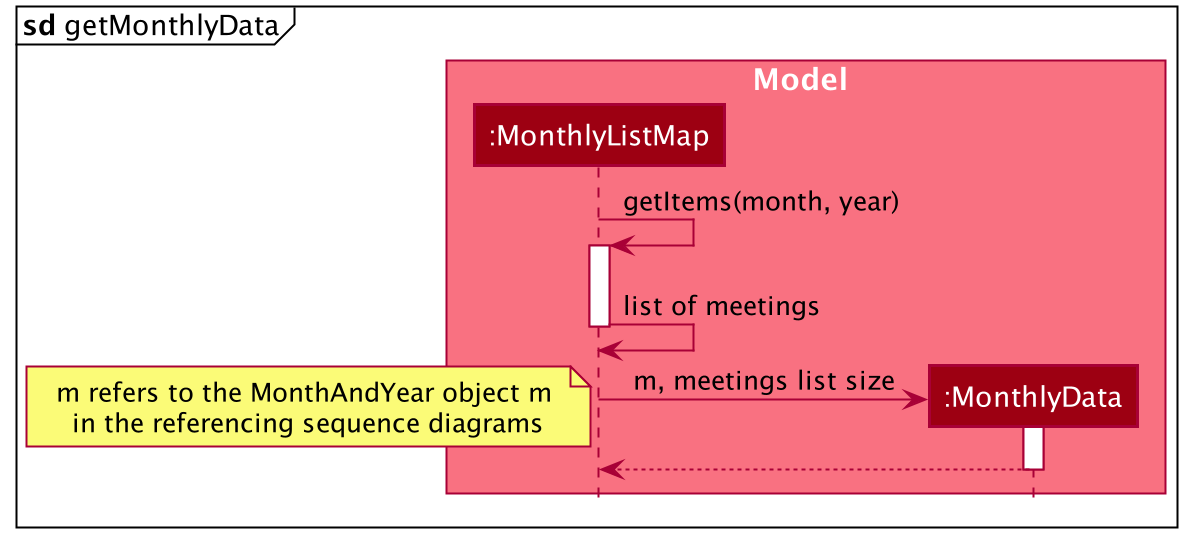
The PlantUML diagram docs/images/MeetingStatsSequenceDiagram5.png in sebastiantoh/tp, before a commit.
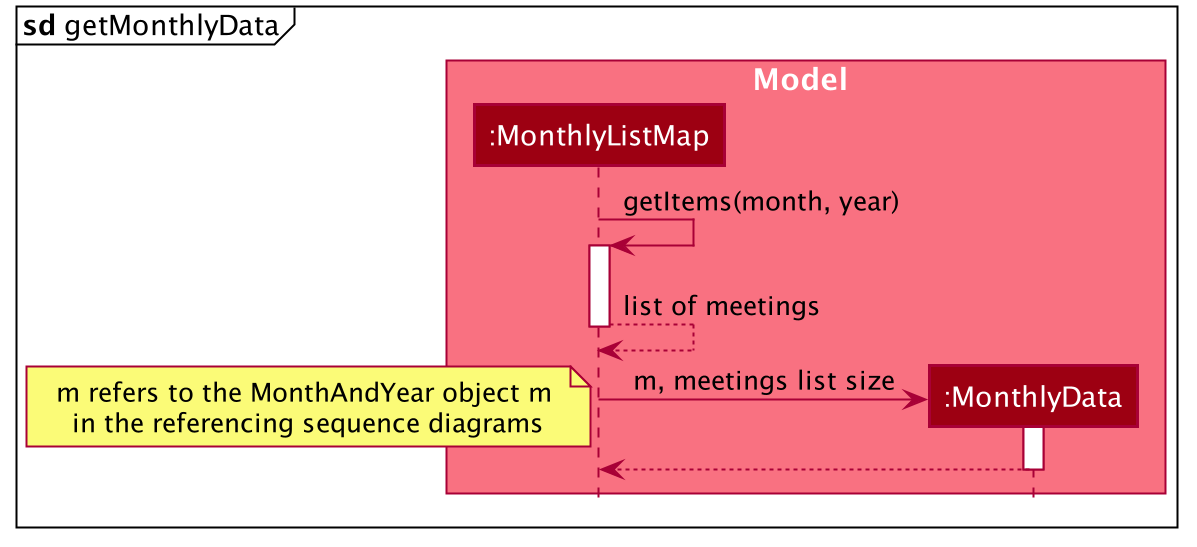
Later version of the same file.

What changed in the source:
```diff
@@ -62,7 +62,7 @@
 MonthlyListMap -> MonthlyListMap : getItems(month, year)
 activate MonthlyListMap
 
-MonthlyListMap -> MonthlyListMap : list of meetings
+MonthlyListMap --> MonthlyListMap : list of meetings
 deactivate MonthlyListMap
 create MonthlyData
 MonthlyListMap -> MonthlyData : m, meetings list size
```
